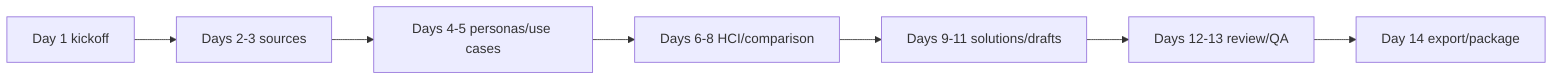
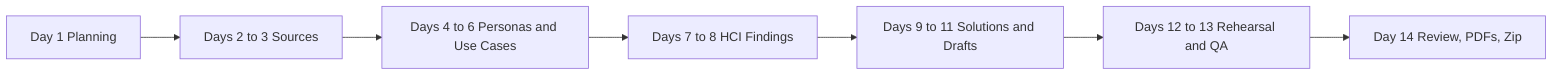
flowchart LR
- A[Day 1 kickoff] --> B[Days 2-3 sources] --> C[Days 4-5 personas/use cases] --> D[Days 6-8 HCI/comparison] --> E[Days 9-11 solutions/drafts] --> F[Days 12-13 review/QA] --> G[Day 14 export/package]
+ A[Day 1 Planning] --> B[Days 2 to 3 Sources]
+ B --> C[Days 4 to 6 Personas and Use Cases]
+ C --> D[Days 7 to 8 HCI Findings]
+ D --> E[Days 9 to 11 Solutions and Drafts]
+ E --> F[Days 12 to 13 Rehearsal and QA]
+ F --> G[Day 14 Review, PDFs, Zip]
